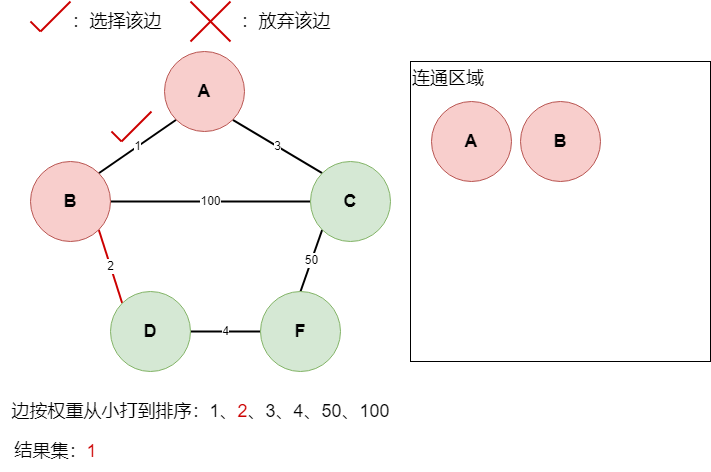
This is algrithem/graph_kruskal_step4.drawio.png from muxicode/c153080686, a draw.io export, as it was before one commit. Source tidied: cells renumbered, new cells last; positions are measured from the earlier drawing's top-left corner, leaving out a move shared by most shapes.
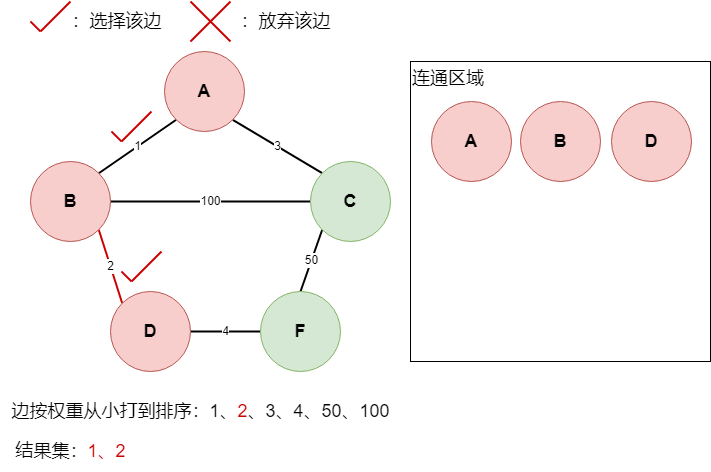
The same file after the commit.

The edit, as a diff of the source:
```diff
@@ -29,7 +29,7 @@
     <mxCell id="10" value="4" style="rounded=0;jettySize=auto;html=1;exitX=1;exitY=0.5;exitDx=0;exitDy=0;entryX=0;entryY=0.5;entryDx=0;entryDy=0;endArrow=none;endFill=0;strokeColor=#000000;strokeWidth=2;" parent="1" edge="1" source="11" target="12">
       <mxGeometry relative="1" as="geometry" />
     </mxCell>
-    <mxCell id="11" value="&lt;font style=&quot;font-size: 18px;&quot;&gt;&lt;b&gt;D&lt;/b&gt;&lt;/font&gt;" style="ellipse;whiteSpace=wrap;html=1;fillColor=#d5e8d4;strokeColor=#82b366;" parent="1" vertex="1">
+    <mxCell id="11" value="&lt;font style=&quot;font-size: 18px;&quot;&gt;&lt;b&gt;D&lt;/b&gt;&lt;/font&gt;" style="ellipse;whiteSpace=wrap;html=1;fillColor=#f8cecc;strokeColor=#b85450;" parent="1" vertex="1">
       <mxGeometry x="110" y="290" width="80" height="80" as="geometry" />
     </mxCell>
     <mxCell id="12" value="&lt;font style=&quot;font-size: 18px;&quot;&gt;&lt;b&gt;F&lt;/b&gt;&lt;/font&gt;" style="ellipse;whiteSpace=wrap;html=1;fillColor=#d5e8d4;strokeColor=#82b366;" parent="1" vertex="1">
@@ -89,8 +89,23 @@
         <mxPoint x="121" y="140" as="targetPoint" />
       </mxGeometry>
     </mxCell>
-    <mxCell id="25" value="&lt;font style=&quot;font-size: 18px;&quot;&gt;结果集：&lt;font color=&quot;#cc0000&quot;&gt;1&lt;/font&gt;&lt;/font&gt;" style="text;html=1;align=center;verticalAlign=middle;strokeColor=none;fillColor=none;" parent="1" vertex="1">
-      <mxGeometry y="430" width="110" height="40" as="geometry" />
+    <mxCell id="25" value="&lt;font style=&quot;font-size: 18px;&quot;&gt;结果集：&lt;font color=&quot;#cc0000&quot;&gt;1、2&lt;/font&gt;&lt;/font&gt;" style="text;html=1;align=center;verticalAlign=middle;strokeColor=none;fillColor=none;" parent="1" vertex="1">
+      <mxGeometry x="5" y="430" width="130" height="40" as="geometry" />
     </mxCell>
+    <mxCell id="26" value="&lt;font style=&quot;font-size: 18px;&quot;&gt;&lt;b&gt;D&lt;/b&gt;&lt;/font&gt;" style="ellipse;whiteSpace=wrap;html=1;fillColor=#f8cecc;strokeColor=#b85450;" parent="1" vertex="1">
+      <mxGeometry x="611" y="100" width="80" height="80" as="geometry" />
+    </mxCell>
+    <mxCell id="27" style="endArrow=none;html=1;rounded=0;strokeWidth=2;strokeColor=#CC0000;" parent="1" edge="1">
+      <mxGeometry relative="1" as="geometry">
+        <mxPoint x="131" y="280" as="sourcePoint" />
+        <mxPoint x="161" y="250" as="targetPoint" />
+      </mxGeometry>
+    </mxCell>
+    <mxCell id="28" style="endArrow=none;html=1;rounded=0;strokeWidth=2;strokeColor=#CC0000;" parent="1" edge="1">
+      <mxGeometry relative="1" as="geometry">
+        <mxPoint x="121" y="270" as="sourcePoint" />
+        <mxPoint x="131" y="280" as="targetPoint" />
+      </mxGeometry>
+    </mxCell>
   </root>
 </mxGraphModel>
```
